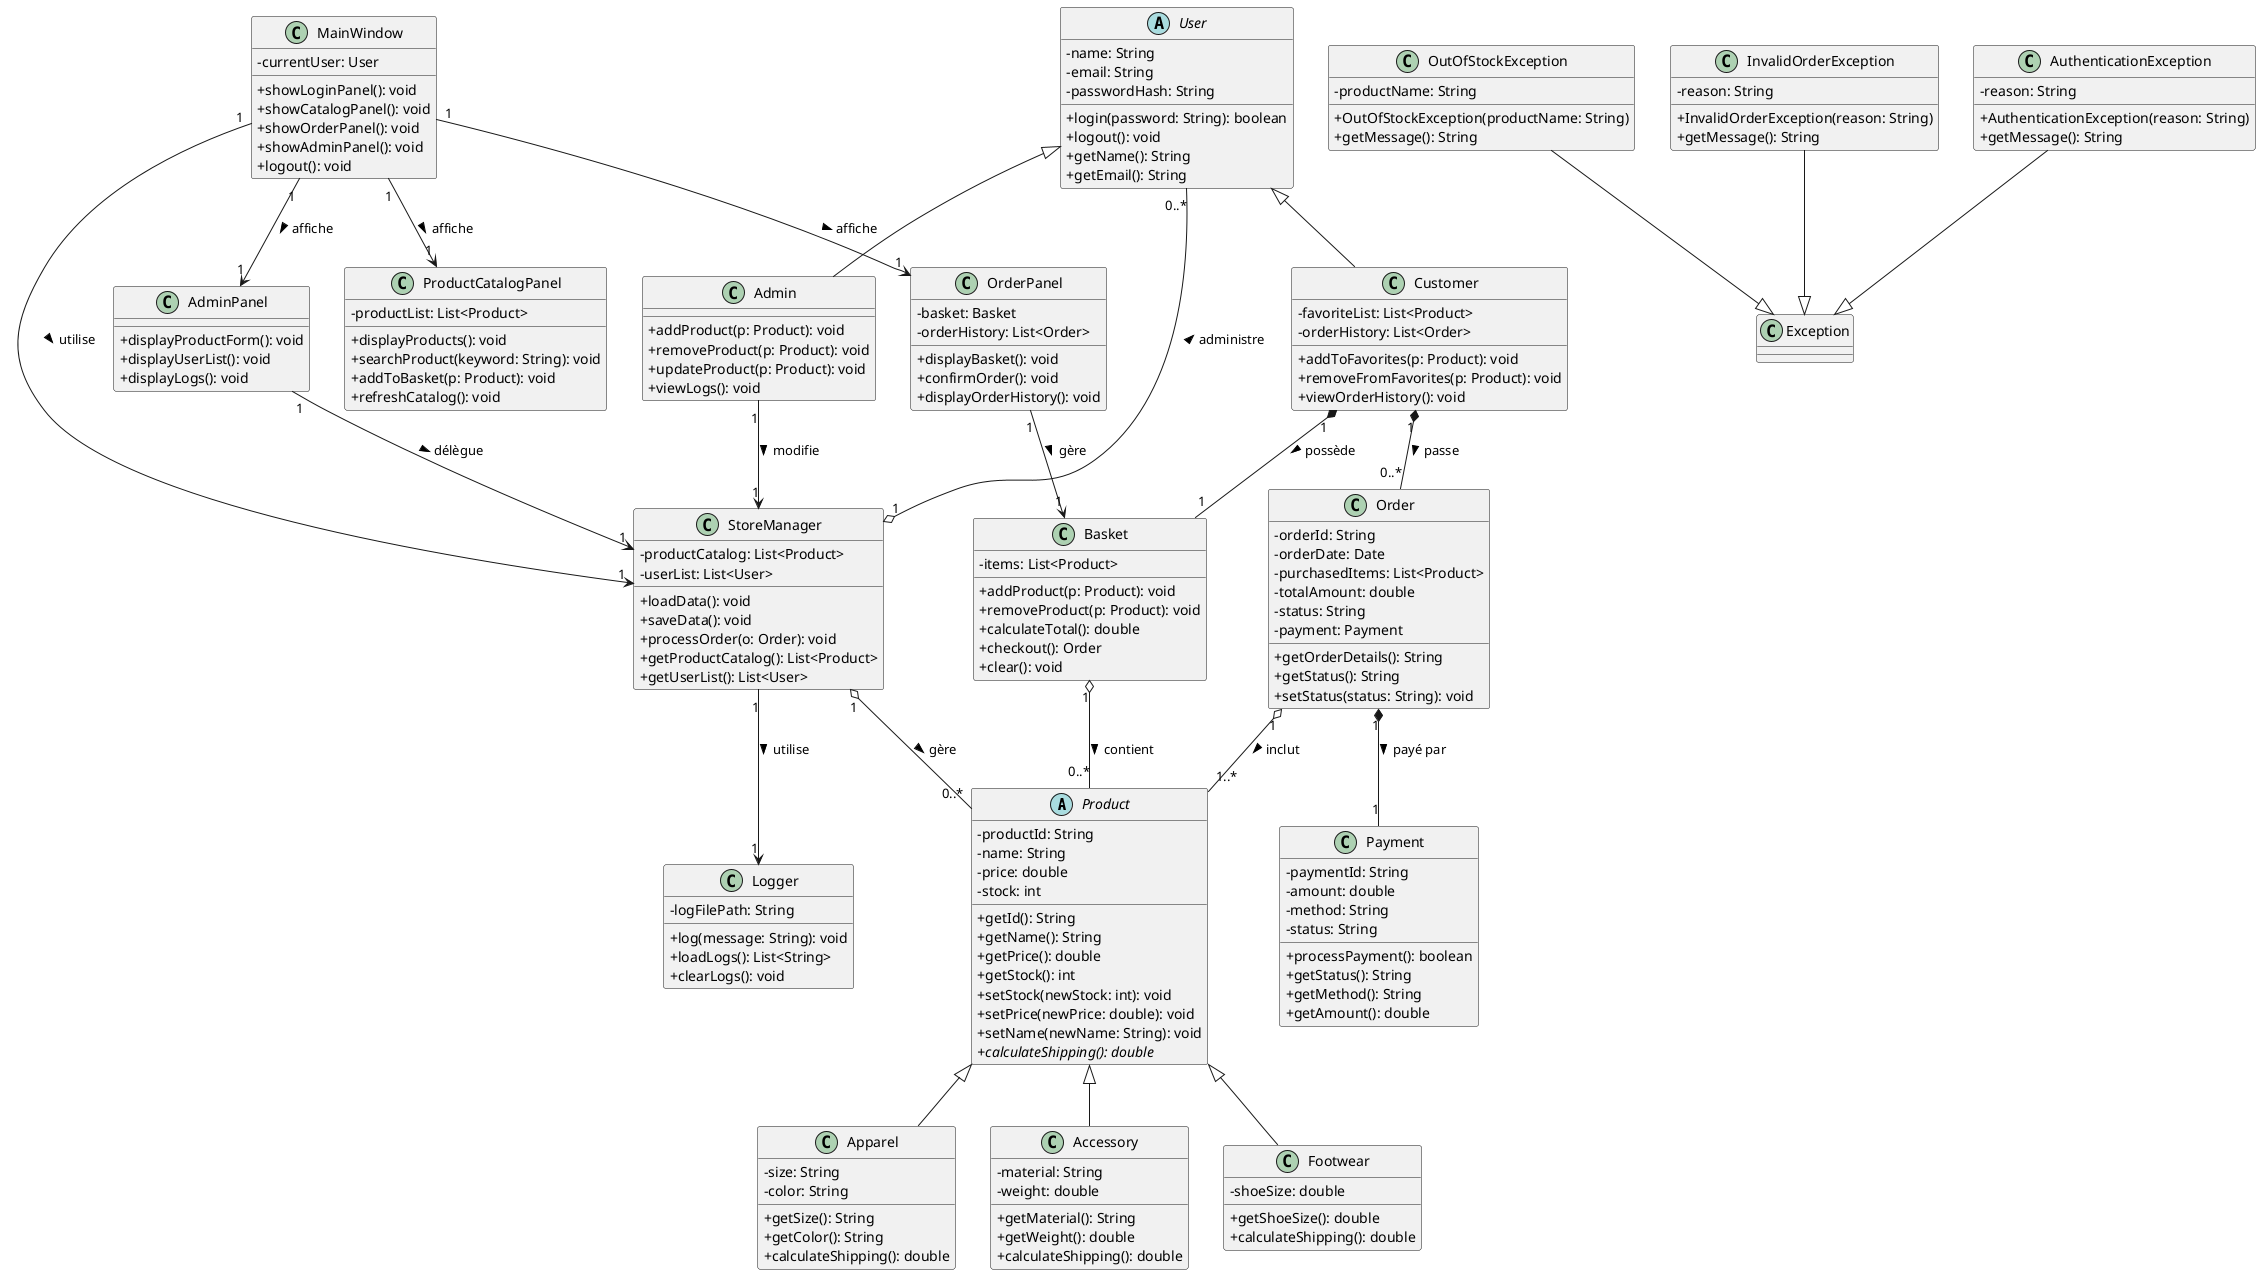
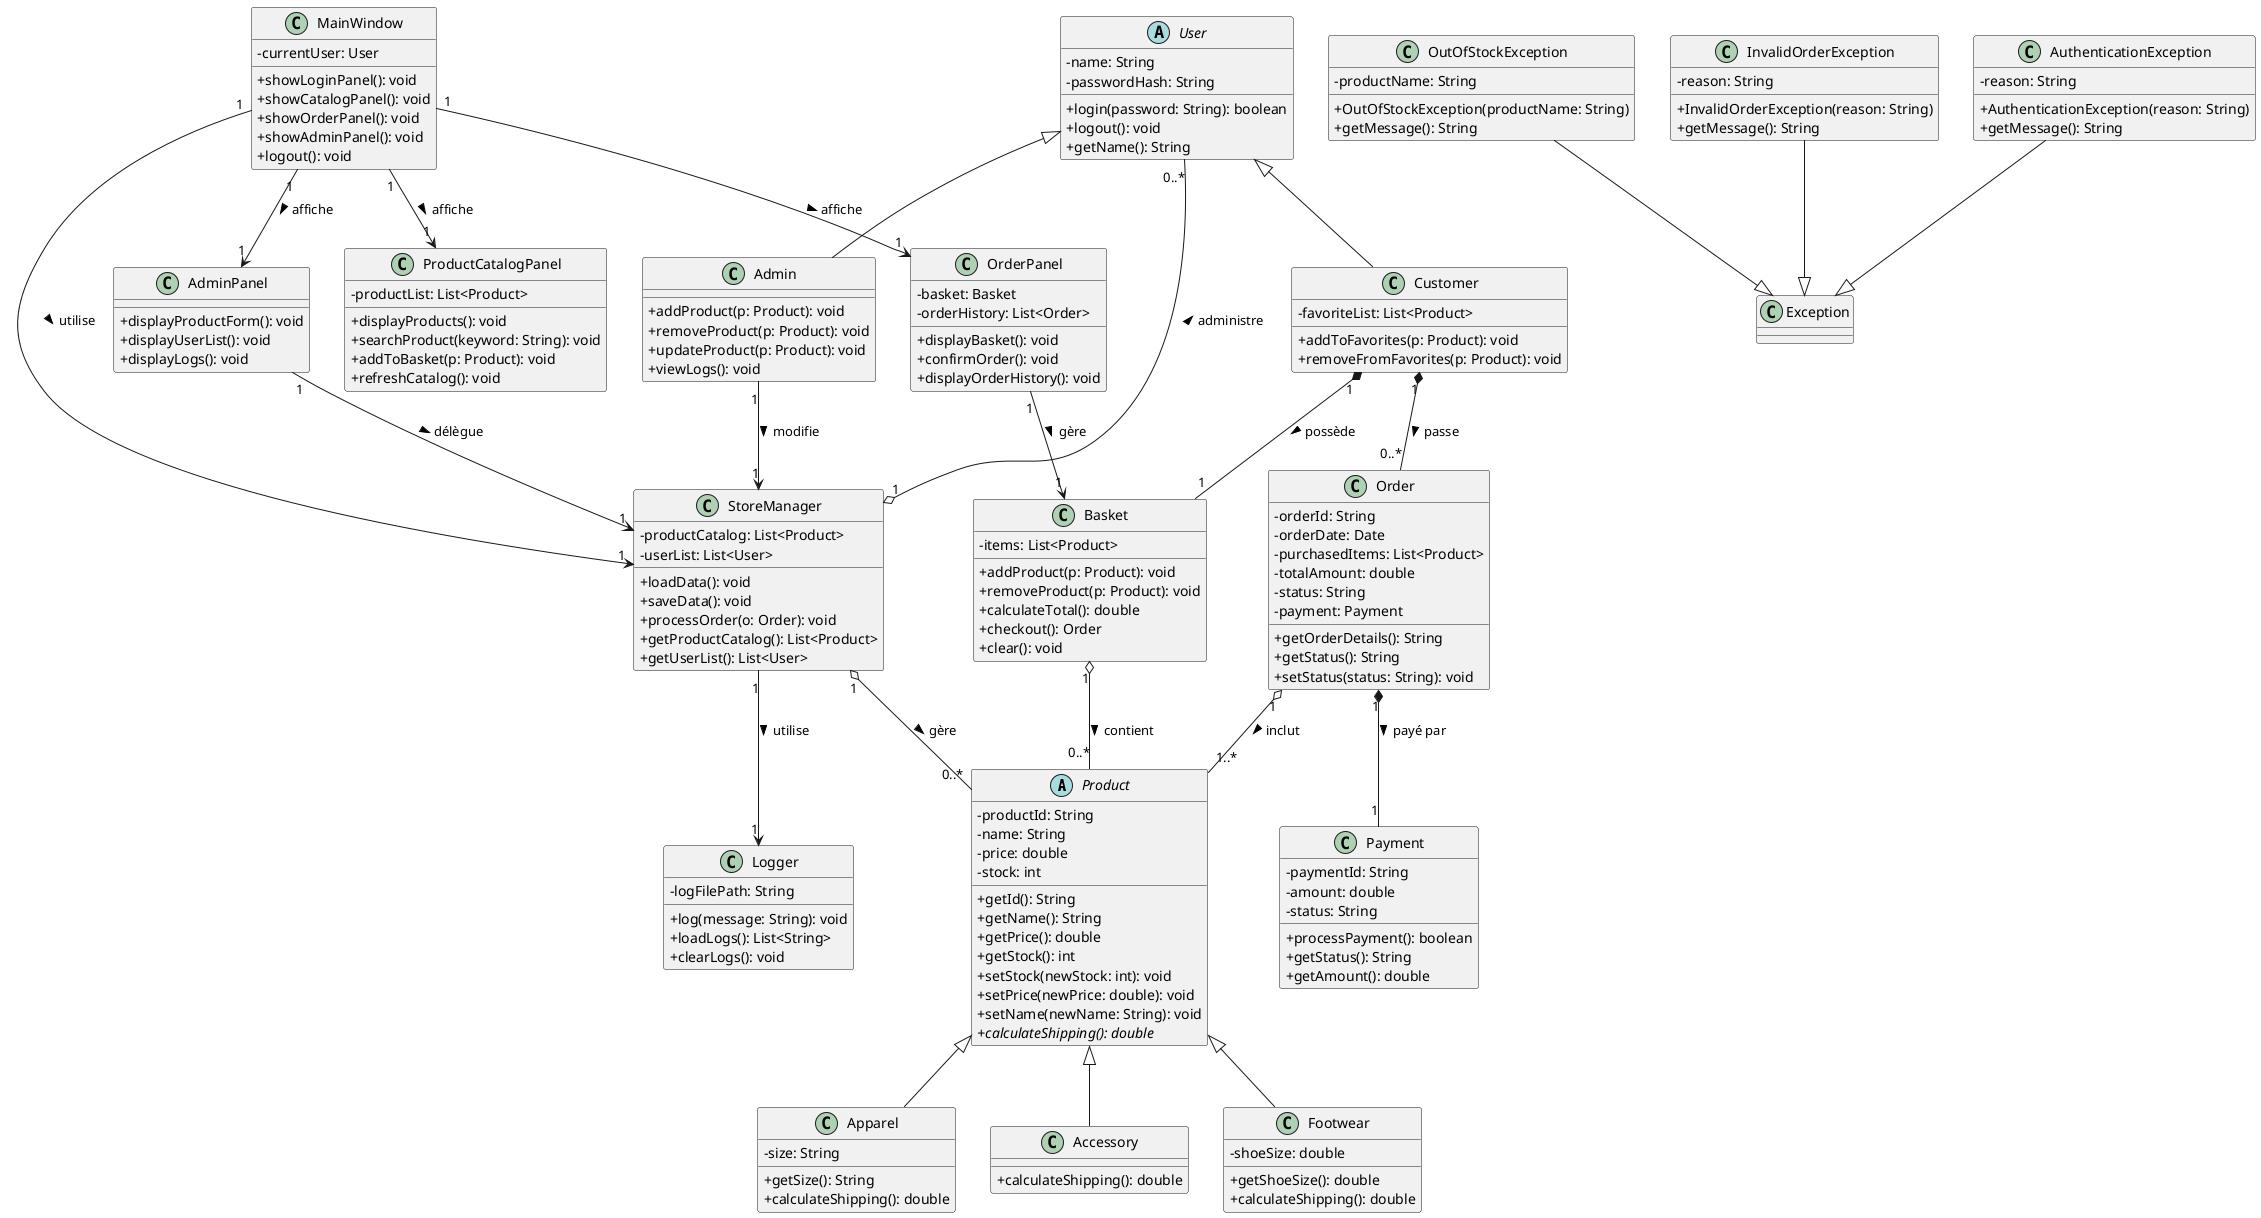
@startuml graph.puml
skinparam classAttributeIconSize 0

' --- ABSTRACT CLASS ---
abstract class Product {
    - productId: String
    - name: String
    - price: double
    - stock: int
    + getId(): String
    + getName(): String
    + getPrice(): double
    + getStock(): int
    + setStock(newStock: int): void
    + setPrice(newPrice: double): void
    + setName(newName: String): void
    + {abstract} calculateShipping(): double
}

' --- PRODUCT SUBCLASSES ---
class Apparel {
    - size: String
-     - color: String
    + getSize(): String
-     + getColor(): String
    + calculateShipping(): double
}

class Accessory {
-     - material: String
-     - weight: double
-     + getMaterial(): String
-     + getWeight(): double
    + calculateShipping(): double
}

class Footwear {
    - shoeSize: double
    + getShoeSize(): double
    + calculateShipping(): double
}

Product <|-- Apparel
Product <|-- Accessory
Product <|-- Footwear

' --- USER HIERARCHY (abstract base) ---
abstract class User {
    - name: String
-     - email: String
    - passwordHash: String
    + login(password: String): boolean
    + logout(): void
    + getName(): String
-     + getEmail(): String
}

class Customer {
    - favoriteList: List<Product>
-     - orderHistory: List<Order>
    + addToFavorites(p: Product): void
    + removeFromFavorites(p: Product): void
-     + viewOrderHistory(): void
}

class Admin {
    + addProduct(p: Product): void
    + removeProduct(p: Product): void
    + updateProduct(p: Product): void
    + viewLogs(): void
}

User <|-- Customer
User <|-- Admin

' --- CART AND ORDER ---
class Basket {
    - items: List<Product>
    + addProduct(p: Product): void
    + removeProduct(p: Product): void
    + calculateTotal(): double
    + checkout(): Order
    + clear(): void
}

class Order {
    - orderId: String
    - orderDate: Date
    - purchasedItems: List<Product>
    - totalAmount: double
    - status: String
    - payment: Payment
    + getOrderDetails(): String
    + getStatus(): String
    + setStatus(status: String): void
}

' --- PAYMENT ---
class Payment {
    - paymentId: String
    - amount: double
-     - method: String
    - status: String
    + processPayment(): boolean
    + getStatus(): String
-     + getMethod(): String
    + getAmount(): double
}

' --- CONTROLLER ---
class StoreManager {
    - productCatalog: List<Product>
    - userList: List<User>
    + loadData(): void
    + saveData(): void
    + processOrder(o: Order): void
    + getProductCatalog(): List<Product>
    + getUserList(): List<User>
}

' --- FILE I/O & LOGGING ---
class Logger {
    - logFilePath: String
    + log(message: String): void
    + loadLogs(): List<String>
    + clearLogs(): void
}

' --- CUSTOM EXCEPTIONS ---
class OutOfStockException {
    - productName: String
    + OutOfStockException(productName: String)
    + getMessage(): String
}

class InvalidOrderException {
    - reason: String
    + InvalidOrderException(reason: String)
    + getMessage(): String
}

class AuthenticationException {
    - reason: String
    + AuthenticationException(reason: String)
    + getMessage(): String
}

OutOfStockException --|> Exception
InvalidOrderException --|> Exception
AuthenticationException --|> Exception

' --- GUI LAYER ---
class MainWindow {
    - currentUser: User
    + showLoginPanel(): void
    + showCatalogPanel(): void
    + showOrderPanel(): void
    + showAdminPanel(): void
    + logout(): void
}

class ProductCatalogPanel {
    - productList: List<Product>
    + displayProducts(): void
    + searchProduct(keyword: String): void
    + addToBasket(p: Product): void
    + refreshCatalog(): void
}

class OrderPanel {
    - basket: Basket
    - orderHistory: List<Order>
    + displayBasket(): void
    + confirmOrder(): void
    + displayOrderHistory(): void
}

class AdminPanel {
    + displayProductForm(): void
    + displayUserList(): void
    + displayLogs(): void
}

' --- RELATIONSHIPS ---
Customer "1" *-- "1" Basket          : possède >
Customer "1" *-- "0..*" Order        : passe >
Basket "1" o-- "0..*" Product        : contient >
Order "1" o-- "1..*" Product         : inclut >
Order "1" *-- "1" Payment            : payé par >
StoreManager "1" o-- "0..*" Product  : gère >
StoreManager "1" o-- "0..*" User     : administre >
Admin "1" --> "1" StoreManager       : modifie >
StoreManager "1" --> "1" Logger      : utilise >

MainWindow "1" --> "1" StoreManager       : utilise >
MainWindow "1" --> "1" ProductCatalogPanel : affiche >
MainWindow "1" --> "1" OrderPanel          : affiche >
MainWindow "1" --> "1" AdminPanel          : affiche >
AdminPanel "1" --> "1" StoreManager       : délègue >
OrderPanel "1" --> "1" Basket             : gère >

@enduml
